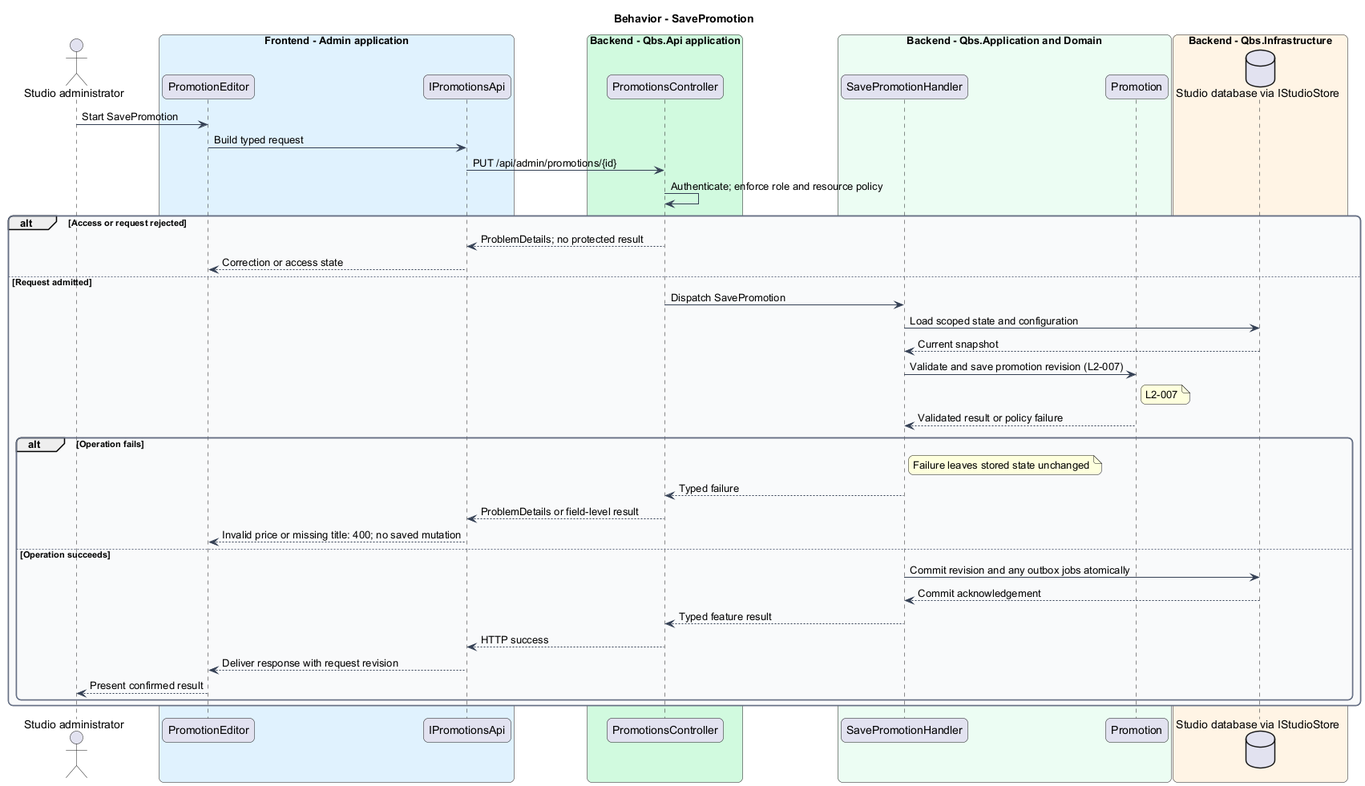
Before: docs/detailed-designs/public-presentation/publish-promotions/diagrams/sequence-save-promotion.png, a diagram exported from PlantUML (QuinntyneBrown/quinntyne-brown-studio).
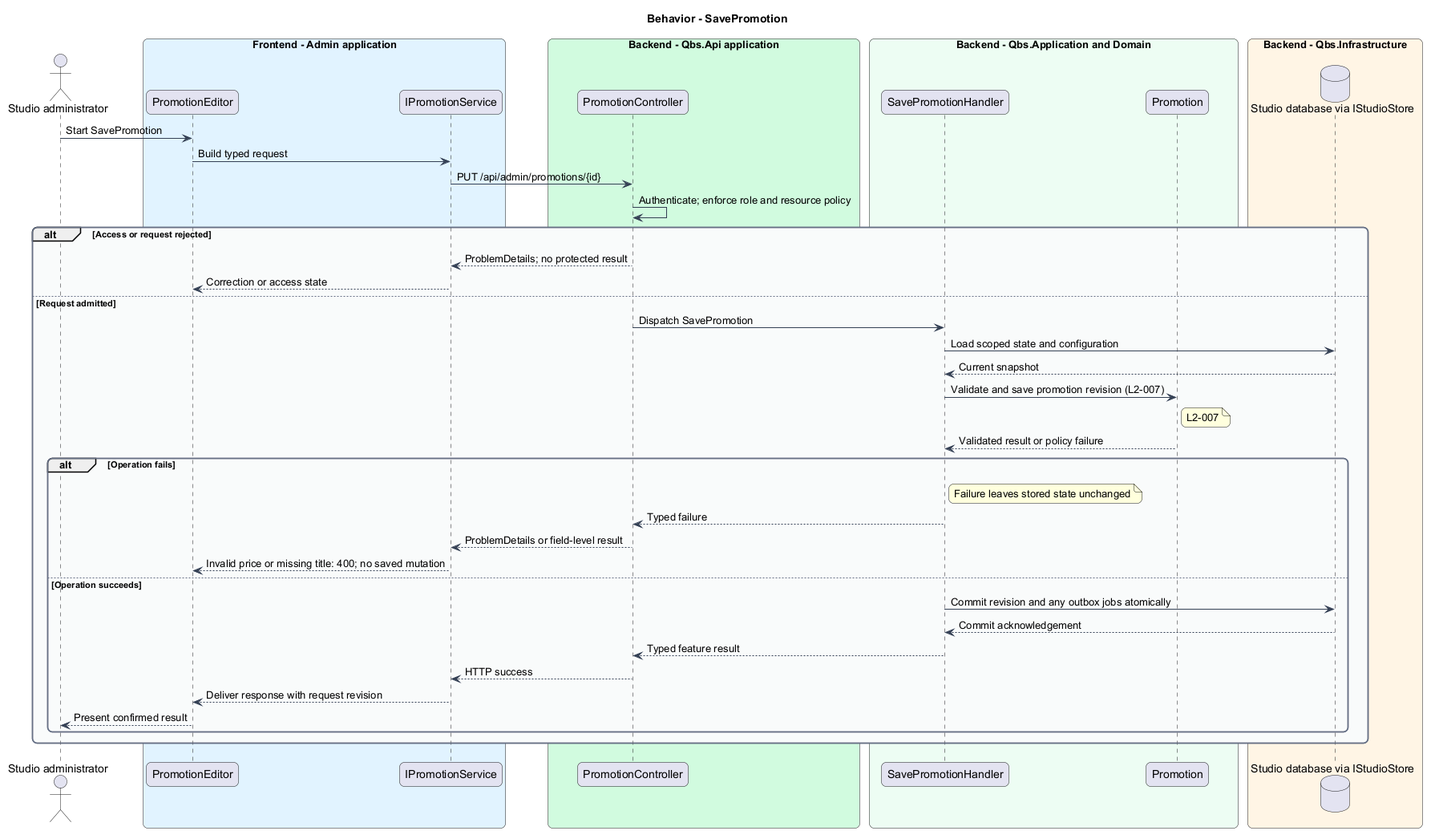
Above is the later version.

The edit, as a diff of the source:
```diff
@@ -17,10 +17,10 @@
 actor "Studio administrator" as actor
 box "Frontend - Admin application" #E0F2FE
  participant "PromotionEditor" as page
- participant "IPromotionsApi" as client
+ participant "IPromotionService" as client
 end box
 box "Backend - Qbs.Api application" #D1FADF
- participant "PromotionsController" as controller
+ participant "PromotionController" as controller
 end box
 box "Backend - Qbs.Application and Domain" #ECFDF3
  participant "SavePromotionHandler" as handler
```
